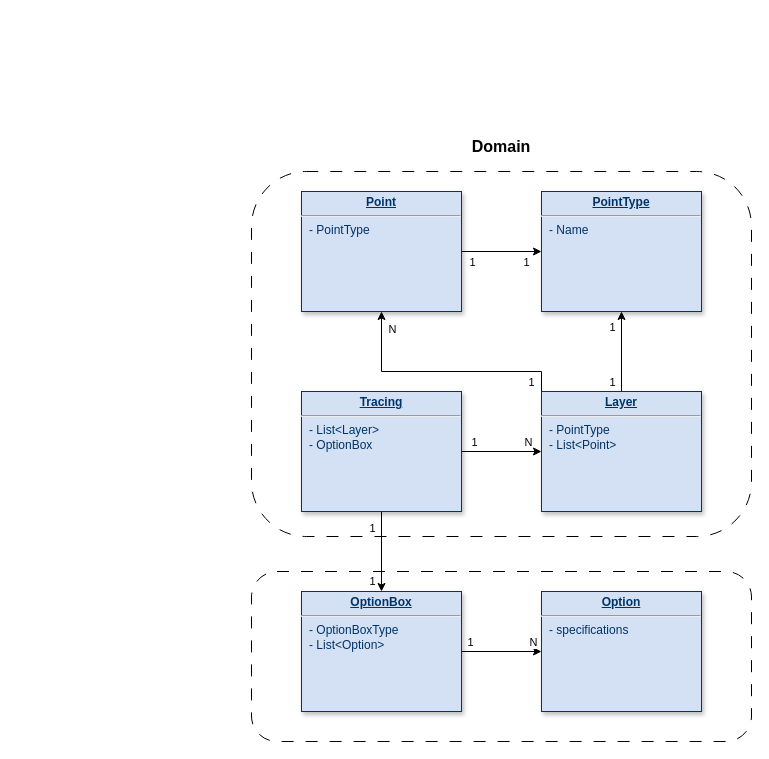
Before: page "Сервис трассировки" (7 of 7) of Team-Pragmatics-Otus.drawio in AATerekhov/Team-Pragmatics-Otus, a draw.io diagram. Source tidied: cells renumbered, new cells numbered last; positions are measured from the earlier drawing's top-left corner, leaving out a move shared by most shapes. Both pictures are drawn from the tidied source at 100%, with x=0, y=0 at pixel (251, 131).
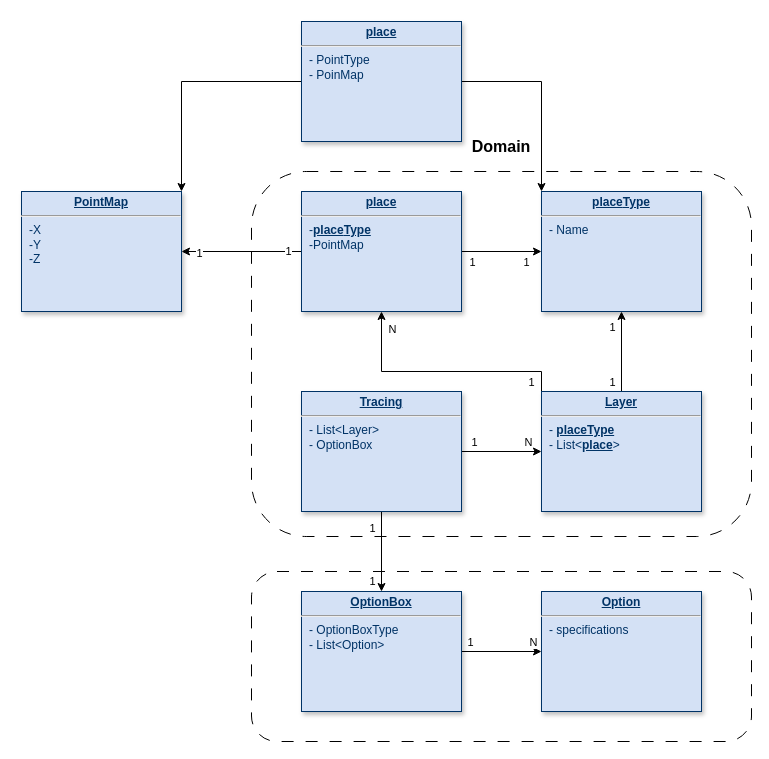
The same page after the edit.

Diff of the diagram source:
```diff
@@
+    <mxCell id="28" style="rounded=1;whiteSpace=wrap;html=1;fillColor=none;dashed=1;dashPattern=12 12;" parent="1" vertex="1">
+      <mxGeometry y="40" width="500" height="365" as="geometry" />
+    </mxCell>
@@
+    <mxCell id="29" style="edgeStyle=orthogonalEdgeStyle;rounded=0;jettySize=auto;html=1;" parent="1" edge="1" source="6" target="32">
+      <mxGeometry relative="1" as="geometry" />
+    </mxCell>
+    <mxCell id="30" value="1" style="edgeLabel;html=1;align=center;verticalAlign=middle;" parent="29" vertex="1">
+      <mxGeometry x="-0.77" y="-1" relative="1" as="geometry" />
+    </mxCell>
+    <mxCell id="31" value="1" style="edgeLabel;html=1;align=center;verticalAlign=middle;" parent="29" vertex="1">
+      <mxGeometry x="0.71" y="1" relative="1" as="geometry" />
+    </mxCell>
-    <mxCell id="6" value="&lt;p style=&quot;margin: 0px; margin-top: 4px; text-align: center; text-decoration: underline;&quot;&gt;&lt;b&gt;Point&lt;/b&gt;&lt;/p&gt;&lt;hr&gt;&lt;p style=&quot;margin: 0px; margin-left: 8px;&quot;&gt;- PointType&lt;/p&gt;" style="verticalAlign=top;align=left;overflow=fill;fontSize=12;fontFamily=Helvetica;html=1;strokeColor=#003366;shadow=1;fillColor=#D4E1F5;fontColor=#003366;" parent="1" vertex="1">
+    <mxCell id="6" value="&lt;p style=&quot;margin: 4px 0px 0px; text-align: center;&quot;&gt;&lt;b&gt;&lt;u&gt;place&lt;/u&gt;&lt;/b&gt;&lt;br&gt;&lt;/p&gt;&lt;hr&gt;&lt;p style=&quot;margin: 0px; margin-left: 8px;&quot;&gt;-&lt;span style=&quot;background-color: initial;&quot;&gt;&lt;b&gt;&lt;u&gt;place&lt;/u&gt;&lt;/b&gt;&lt;/span&gt;&lt;b style=&quot;background-color: initial; text-align: center; text-decoration-line: underline;&quot;&gt;Type&lt;/b&gt;&lt;/p&gt;&lt;p style=&quot;margin: 0px; margin-left: 8px;&quot;&gt;-PointMap&lt;/p&gt;" style="verticalAlign=top;align=left;overflow=fill;fontSize=12;fontFamily=Helvetica;html=1;strokeColor=#003366;shadow=1;fillColor=#D4E1F5;fontColor=#003366;" parent="1" vertex="1">
       <mxGeometry x="50" y="60" width="160" height="120" as="geometry" />
     </mxCell>
@@
-    <mxCell id="10" value="&lt;p style=&quot;margin: 0px; margin-top: 4px; text-align: center; text-decoration: underline;&quot;&gt;&lt;b&gt;PointType&lt;/b&gt;&lt;/p&gt;&lt;hr&gt;&lt;p style=&quot;margin: 0px; margin-left: 8px;&quot;&gt;- Name&lt;/p&gt;" style="verticalAlign=top;align=left;overflow=fill;fontSize=12;fontFamily=Helvetica;html=1;strokeColor=#003366;shadow=1;fillColor=#D4E1F5;fontColor=#003366;" parent="1" vertex="1">
+    <mxCell id="10" value="&lt;p style=&quot;text-align: center; margin: 4px 0px 0px;&quot;&gt;&lt;span style=&quot;background-color: initial; text-align: left;&quot;&gt;&lt;b&gt;&lt;u&gt;place&lt;/u&gt;&lt;/b&gt;&lt;/span&gt;&lt;b style=&quot;text-decoration-line: underline;&quot;&gt;Type&lt;/b&gt;&lt;/p&gt;&lt;hr&gt;&lt;p style=&quot;margin: 0px; margin-left: 8px;&quot;&gt;- Name&lt;/p&gt;" style="verticalAlign=top;align=left;overflow=fill;fontSize=12;fontFamily=Helvetica;html=1;strokeColor=#003366;shadow=1;fillColor=#D4E1F5;fontColor=#003366;" parent="1" vertex="1">
       <mxGeometry x="290" y="60" width="160" height="120" as="geometry" />
     </mxCell>
@@
-    <mxCell id="18" value="&lt;p style=&quot;margin: 4px 0px 0px; text-align: center;&quot;&gt;&lt;b&gt;&lt;u&gt;Layer&lt;/u&gt;&lt;/b&gt;&lt;br&gt;&lt;/p&gt;&lt;hr&gt;&lt;p style=&quot;margin: 0px; margin-left: 8px;&quot;&gt;- PointType&lt;br&gt;&lt;/p&gt;&lt;p style=&quot;margin: 0px; margin-left: 8px;&quot;&gt;- List&amp;lt;Point&amp;gt;&lt;/p&gt;" style="verticalAlign=top;align=left;overflow=fill;fontSize=12;fontFamily=Helvetica;html=1;strokeColor=#003366;shadow=1;fillColor=#D4E1F5;fontColor=#003366;" parent="1" vertex="1">
+    <mxCell id="18" value="&lt;p style=&quot;margin: 4px 0px 0px; text-align: center;&quot;&gt;&lt;b&gt;&lt;u&gt;Layer&lt;/u&gt;&lt;/b&gt;&lt;br&gt;&lt;/p&gt;&lt;hr&gt;&lt;p style=&quot;margin: 0px; margin-left: 8px;&quot;&gt;-&amp;nbsp;&lt;span style=&quot;background-color: initial;&quot;&gt;&lt;b&gt;&lt;u&gt;place&lt;/u&gt;&lt;/b&gt;&lt;/span&gt;&lt;b style=&quot;background-color: initial; text-align: center; text-decoration-line: underline;&quot;&gt;Type&lt;/b&gt;&lt;br&gt;&lt;/p&gt;&lt;p style=&quot;margin: 0px; margin-left: 8px;&quot;&gt;- List&amp;lt;&lt;b style=&quot;text-align: center;&quot;&gt;&lt;u&gt;place&lt;/u&gt;&lt;/b&gt;&amp;gt;&lt;/p&gt;" style="verticalAlign=top;align=left;overflow=fill;fontSize=12;fontFamily=Helvetica;html=1;strokeColor=#003366;shadow=1;fillColor=#D4E1F5;fontColor=#003366;" parent="1" vertex="1">
       <mxGeometry x="290" y="260" width="160" height="120" as="geometry" />
     </mxCell>
@@
-    <mxCell id="28" style="rounded=1;whiteSpace=wrap;html=1;fillColor=none;dashed=1;dashPattern=12 12;" parent="1" vertex="1">
-      <mxGeometry y="40" width="500" height="365" as="geometry" />
-    </mxCell>
+    <mxCell id="32" value="&lt;p style=&quot;margin: 0px; margin-top: 4px; text-align: center; text-decoration: underline;&quot;&gt;&lt;b&gt;PointMap&lt;/b&gt;&lt;/p&gt;&lt;hr&gt;&lt;p style=&quot;margin: 0px; margin-left: 8px;&quot;&gt;-X&lt;/p&gt;&lt;p style=&quot;margin: 0px; margin-left: 8px;&quot;&gt;-Y&lt;/p&gt;&lt;p style=&quot;margin: 0px; margin-left: 8px;&quot;&gt;-Z&lt;/p&gt;" style="verticalAlign=top;align=left;overflow=fill;fontSize=12;fontFamily=Helvetica;html=1;strokeColor=#003366;shadow=1;fillColor=#D4E1F5;fontColor=#003366;" parent="1" vertex="1">
+      <mxGeometry x="-230" y="60" width="160" height="120" as="geometry" />
+    </mxCell>
+    <mxCell id="33" style="edgeStyle=orthogonalEdgeStyle;rounded=0;jettySize=auto;html=1;entryX=1;entryY=0;entryDx=0;entryDy=0;" parent="1" edge="1" source="35" target="32">
+      <mxGeometry relative="1" as="geometry" />
+    </mxCell>
+    <mxCell id="34" style="edgeStyle=orthogonalEdgeStyle;rounded=0;jettySize=auto;html=1;entryX=0;entryY=0;entryDx=0;entryDy=0;" parent="1" edge="1" source="35" target="10">
+      <mxGeometry relative="1" as="geometry" />
+    </mxCell>
+    <mxCell id="35" value="&lt;p style=&quot;margin: 4px 0px 0px; text-align: center;&quot;&gt;&lt;b&gt;&lt;u&gt;place&lt;/u&gt;&lt;/b&gt;&lt;br&gt;&lt;/p&gt;&lt;hr&gt;&lt;p style=&quot;margin: 0px; margin-left: 8px;&quot;&gt;- PointType&lt;/p&gt;&lt;p style=&quot;margin: 0px; margin-left: 8px;&quot;&gt;- PoinMap&lt;/p&gt;" style="verticalAlign=top;align=left;overflow=fill;fontSize=12;fontFamily=Helvetica;html=1;strokeColor=#003366;shadow=1;fillColor=#D4E1F5;fontColor=#003366;" parent="1" vertex="1">
+      <mxGeometry x="50" y="-110" width="160" height="120" as="geometry" />
+    </mxCell>
```
